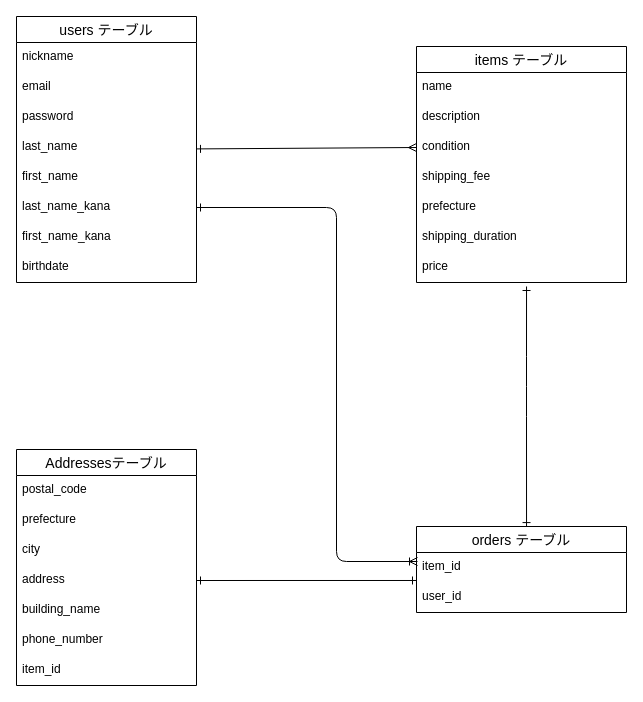
nagiriko/furima-39698 keeps this draw.io diagram as furima.dio. Above is the earlier version. Source tidied: cells renumbered, new cells numbered last; positions are measured from the earlier drawing's top-left corner, leaving out a move shared by most shapes. Both pictures are drawn from the tidied source at 100%, with x=0, y=0 at pixel (16, 16).
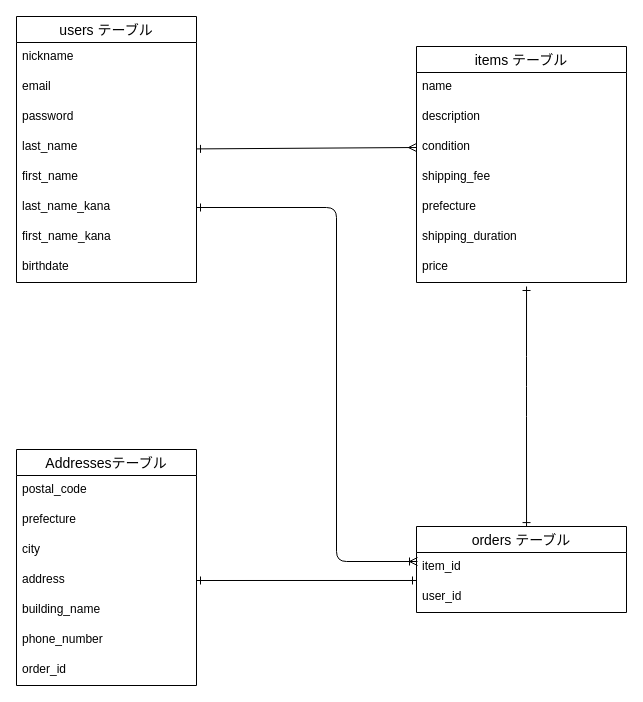
The same diagram, later.

Commit message (it also covers changes not shown here):
プルリクエストの修正：README

The change refers to these unchanged cells:
```xml
<mxCell id="25" value="Addressesテーブル" style="swimlane;fontStyle=0;horizontal=1;startSize=26;align=center;fontSize=14;sketch=0;hachureGap=4;jiggle=2;curveFitting=1;fontFamily=Helvetica;" parent="1" vertex="1">
  <mxGeometry y="433" width="180" height="236" as="geometry" />
</mxCell>
```

Change to the diagram source:
```diff
@@
-    <mxCell id="32" value="item_id" style="text;strokeColor=none;fillColor=none;spacingLeft=4;spacingRight=4;overflow=hidden;fontSize=12;hachureGap=4;fontFamily=Helvetica;" parent="25" vertex="1">
+    <mxCell id="32" value="order_id" style="text;strokeColor=none;fillColor=none;spacingLeft=4;spacingRight=4;overflow=hidden;fontSize=12;hachureGap=4;fontFamily=Helvetica;" parent="25" vertex="1">
       <mxGeometry y="206" width="180" height="30" as="geometry" />
     </mxCell>
```
